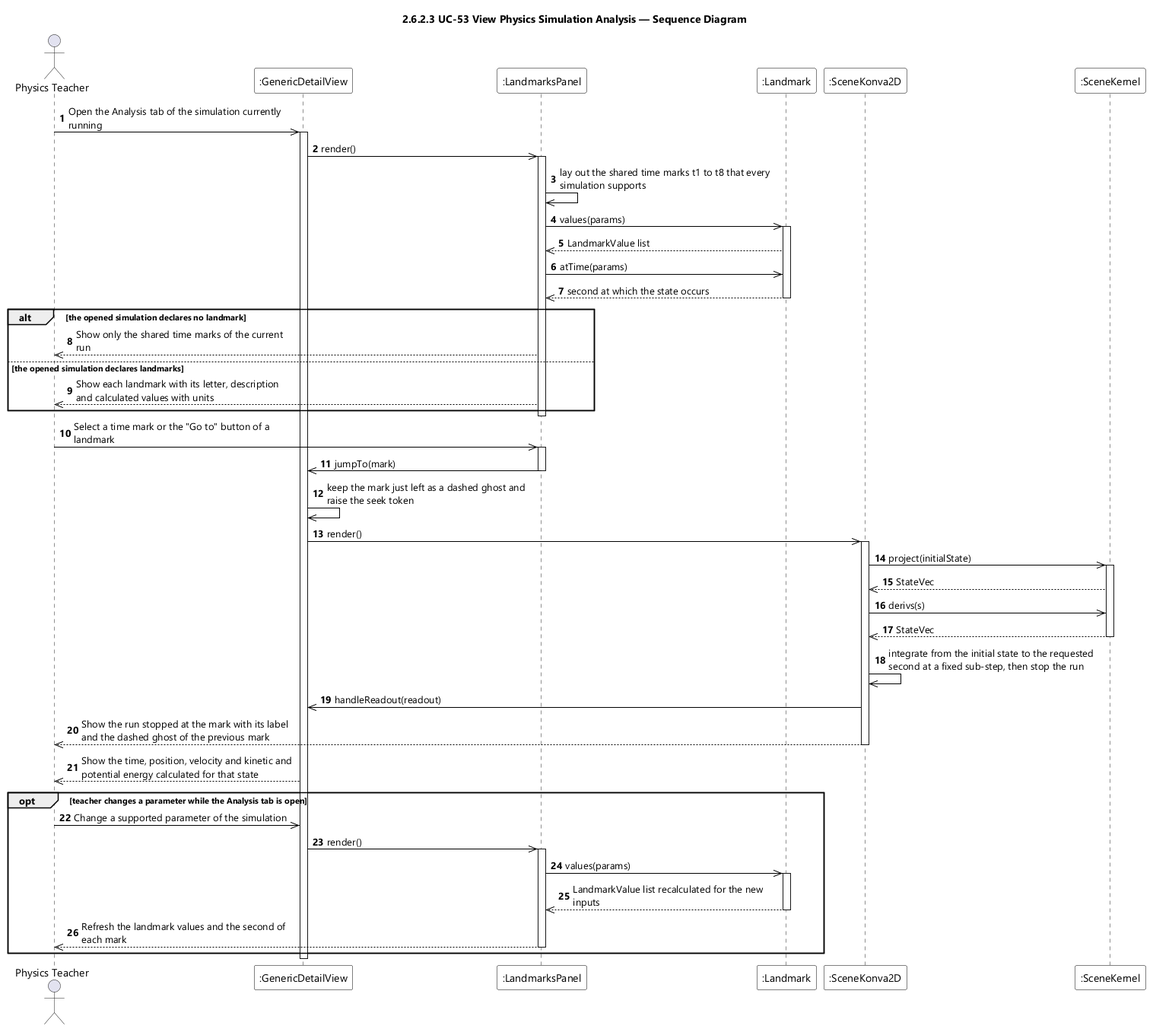
The PlantUML diagram designs/sds-diagrams/uc53/uc53-sequence-diagram.png in EduA-system/EduA-system, before a commit.
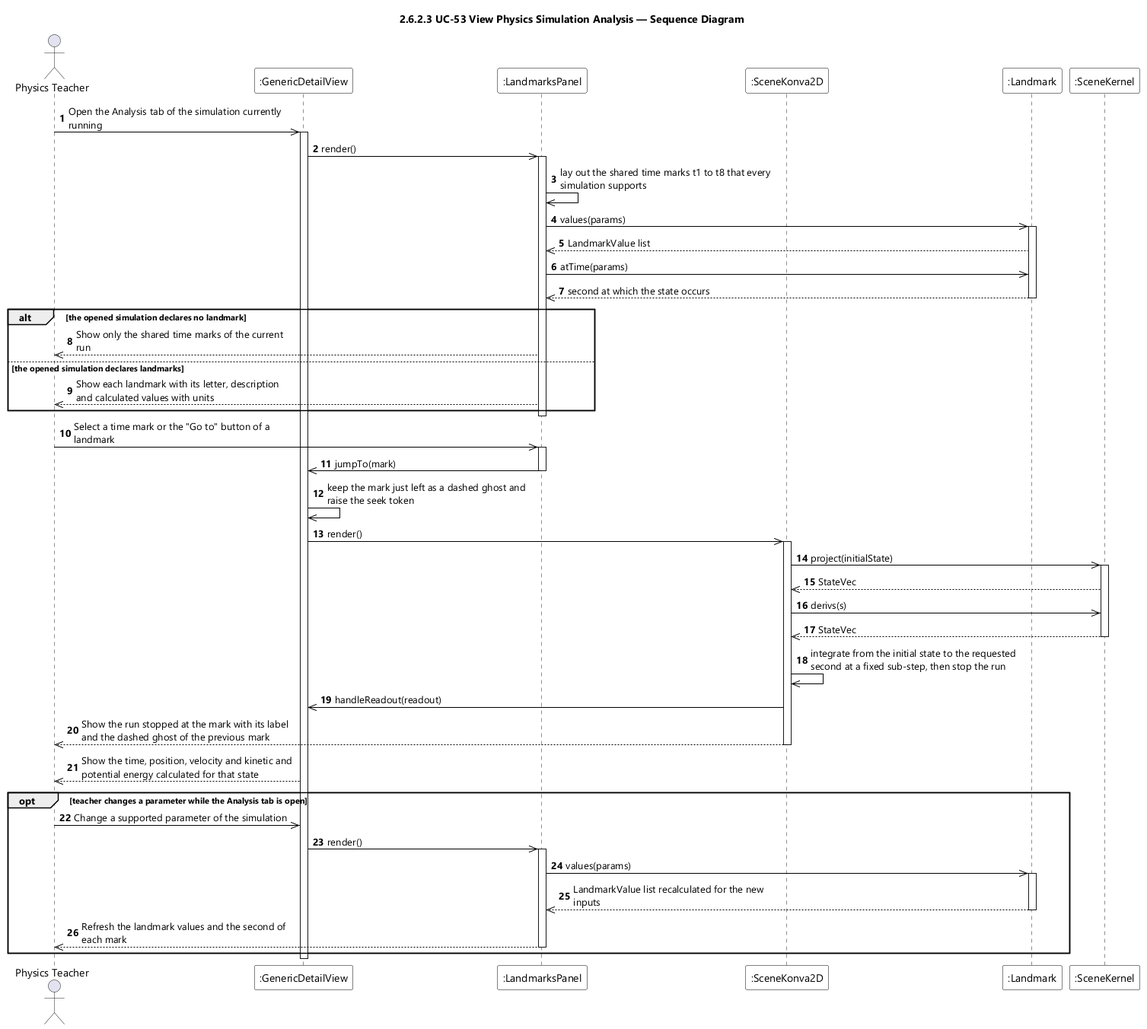
After the change.

The edit, as a diff of the source:
```diff
@@ -12,8 +12,8 @@
 actor "Physics Teacher" as Teacher
 participant ":GenericDetailView" as GDV
 participant ":LandmarksPanel" as PANEL
+participant ":SceneKonva2D" as CANVAS
 participant ":Landmark" as MARK
-participant ":SceneKonva2D" as CANVAS
 participant ":SceneKernel" as KERNEL
 
 autonumber
```
